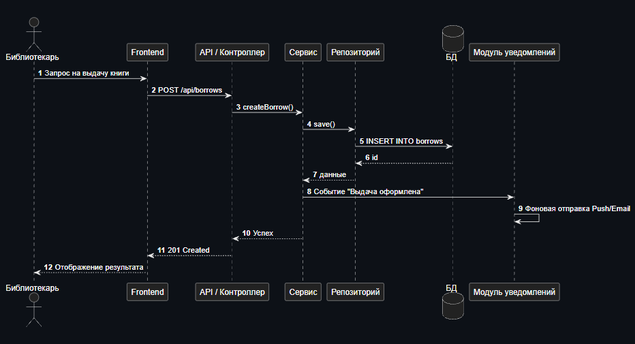
triple-alex/isit-lab keeps this PlantUML diagram as lab3/diagrams/sequence.png. Above is the earlier version. Its source is kept beside it as lab3/diagrams/sequence.puml. Source of this version:
```plantuml
@startuml
autonumber
actor "Библиотекарь" as User
participant "Frontend" as FE
participant "API / Контроллер" as API
participant "Сервис" as Service
participant "Репозиторий" as Repo
database "БД" as DB
participant "Модуль уведомлений" as Notify

User -> FE : Запрос на выдачу книги
FE -> API : POST /api/borrows
API -> Service : createBorrow()
Service -> Repo : save()
Repo -> DB : INSERT INTO borrows
DB --> Repo : id
Repo --> Service : данные
Service -> Notify : Событие "Выдача оформлена"
Notify -> Notify : Фоновая отправка Push/Email
Service --> API : Успех
API --> FE : 201 Created
FE --> User : Отображение результата
@enduml
```
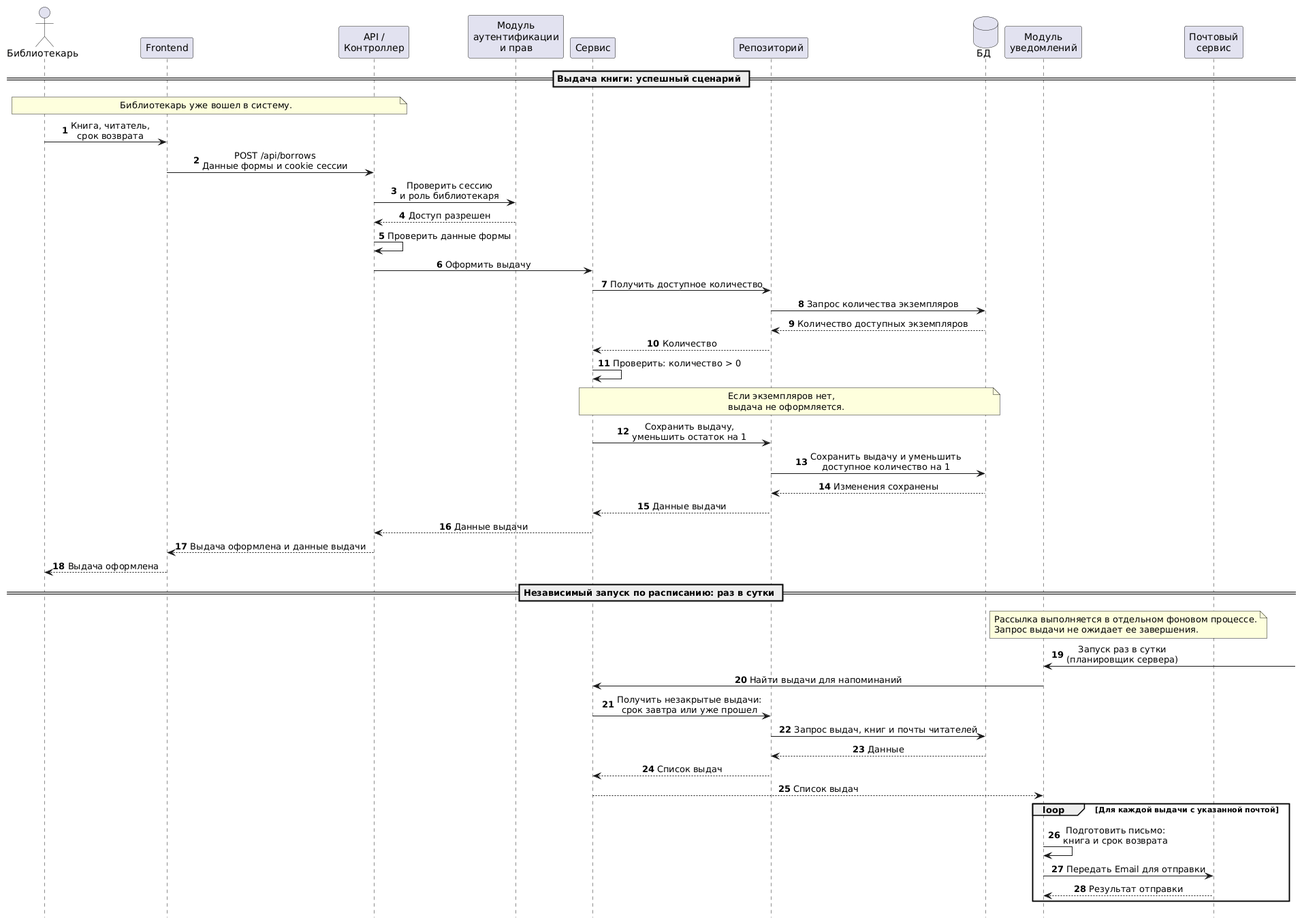
After the commit.

Commit message:
Lab 3: architecture and diagrams

Diff of the diagram source:
```diff
@@ -1,23 +1,68 @@
 @startuml
 autonumber
+hide footbox
+skinparam shadowing false
+skinparam sequenceMessageAlign center
+
 actor "Библиотекарь" as User
 participant "Frontend" as FE
-participant "API / Контроллер" as API
+participant "API /\nКонтроллер" as API
+participant "Модуль\nаутентификации\nи прав" as Auth
 participant "Сервис" as Service
 participant "Репозиторий" as Repo
 database "БД" as DB
-participant "Модуль уведомлений" as Notify
+participant "Модуль\nуведомлений" as Notify
+participant "Почтовый\nсервис" as Mail
 
-User -> FE : Запрос на выдачу книги
-FE -> API : POST /api/borrows
-API -> Service : createBorrow()
-Service -> Repo : save()
-Repo -> DB : INSERT INTO borrows
-DB --> Repo : id
-Repo --> Service : данные
-Service -> Notify : Событие "Выдача оформлена"
-Notify -> Notify : Фоновая отправка Push/Email
-Service --> API : Успех
-API --> FE : 201 Created
-FE --> User : Отображение результата
+== Выдача книги: успешный сценарий ==
+
+note over User, API
+  Библиотекарь уже вошел в систему.
+end note
+
+User -> FE : Книга, читатель,\nсрок возврата
+FE -> API : POST /api/borrows\nДанные формы и cookie сессии
+API -> Auth : Проверить сессию\nи роль библиотекаря
+Auth --> API : Доступ разрешен
+API -> API : Проверить данные формы
+API -> Service : Оформить выдачу
+Service -> Repo : Получить доступное количество
+Repo -> DB : Запрос количества экземпляров
+DB --> Repo : Количество доступных экземпляров
+Repo --> Service : Количество
+Service -> Service : Проверить: количество > 0
+
+note over Service, DB
+  Если экземпляров нет,
+  выдача не оформляется.
+end note
+
+Service -> Repo : Сохранить выдачу,\nуменьшить остаток на 1
+Repo -> DB : Сохранить выдачу и уменьшить\nдоступное количество на 1
+DB --> Repo : Изменения сохранены
+Repo --> Service : Данные выдачи
+Service --> API : Данные выдачи
+API --> FE : Выдача оформлена и данные выдачи
+FE --> User : Выдача оформлена
+
+== Независимый запуск по расписанию: раз в сутки ==
+
+note over Notify, Mail
+  Рассылка выполняется в отдельном фоновом процессе.
+  Запрос выдачи не ожидает ее завершения.
+end note
+
+Notify <-] : Запуск раз в сутки\n(планировщик сервера)
+Notify -> Service : Найти выдачи для напоминаний
+Service -> Repo : Получить незакрытые выдачи:\nсрок завтра или уже прошел
+Repo -> DB : Запрос выдач, книг и почты читателей
+DB --> Repo : Данные
+Repo --> Service : Список выдач
+Service --> Notify : Список выдач
+
+loop Для каждой выдачи с указанной почтой
+  Notify -> Notify : Подготовить письмо:\nкнига и срок возврата
+  Notify -> Mail : Передать Email для отправки
+  Mail --> Notify : Результат отправки
+end
 @enduml
```
